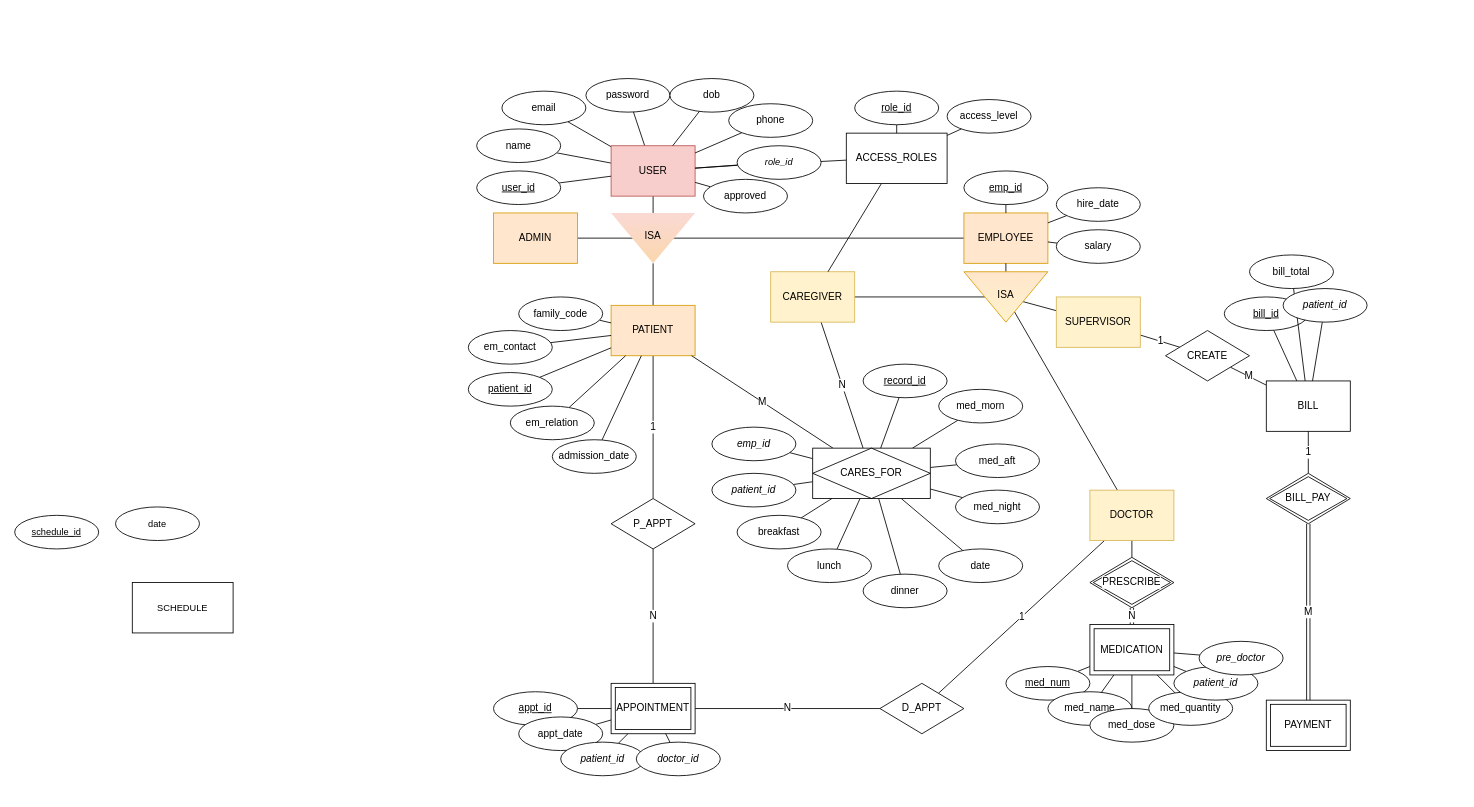
Before: ERD.drawio in emott13/aegis, a draw.io diagram. Source tidied: cells renumbered, new cells numbered last; positions are measured from the earlier drawing's top-left corner, leaving out a move shared by most shapes. Both pictures are drawn from the tidied source at 84%, with x=0, y=0 at pixel (14, 78).
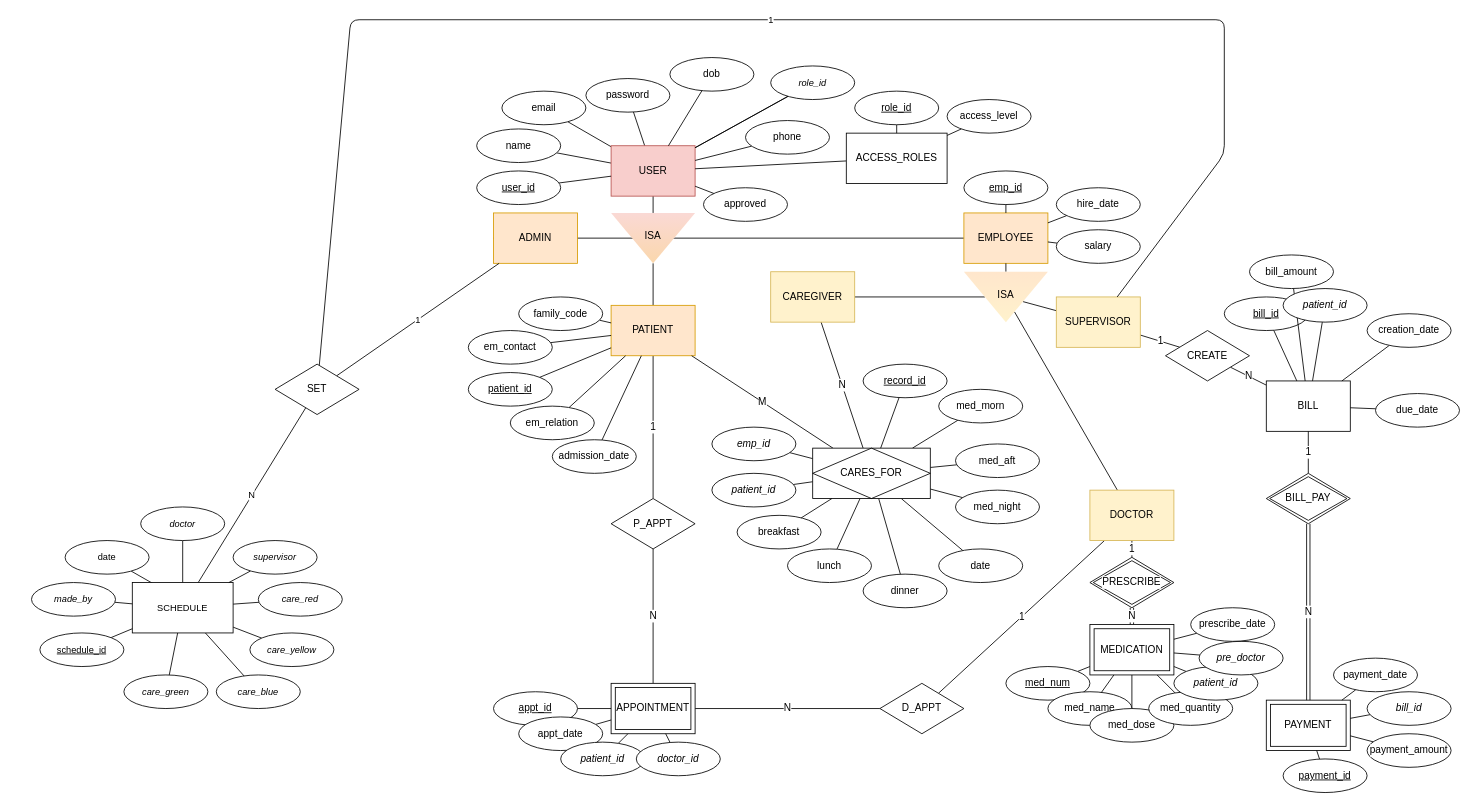
Above is the later version.

Commit message:
+SCHEDULE table/attributes, +SET relationship with ADMIN & SUPERVISOR to SCHEDULE, +PAYMENT attributes

Unchanged cells that the change refers to:
```xml
<mxCell id="7" value="USER" style="whiteSpace=wrap;html=1;align=center;fillColor=#f8cecc;strokeColor=#b85450;" parent="1" vertex="1">
  <mxGeometry x="710" y="80" width="100" height="60" as="geometry" />
</mxCell>
<mxCell id="12" value="ADMIN" style="whiteSpace=wrap;html=1;align=center;fillColor=#ffe6cc;strokeColor=#d79b00;" parent="1" vertex="1">
  <mxGeometry x="570" y="160" width="100" height="60" as="geometry" />
</mxCell>
<mxCell id="21" value="DOCTOR" style="whiteSpace=wrap;html=1;align=center;fillColor=#fff2cc;strokeColor=#d6b656;" parent="1" vertex="1">
  <mxGeometry x="1280" y="490" width="100" height="60" as="geometry" />
</mxCell>
<mxCell id="23" value="CAREGIVER" style="whiteSpace=wrap;html=1;align=center;fillColor=#fff2cc;strokeColor=#d6b656;" parent="1" vertex="1">
  <mxGeometry x="900" y="230" width="100" height="60" as="geometry" />
</mxCell>
<mxCell id="25" value="SUPERVISOR" style="whiteSpace=wrap;html=1;align=center;fillColor=#fff2cc;strokeColor=#d6b656;" parent="1" vertex="1">
  <mxGeometry x="1240" y="260" width="100" height="60" as="geometry" />
</mxCell>
<mxCell id="29" value="CREATE" style="shape=rhombus;perimeter=rhombusPerimeter;whiteSpace=wrap;html=1;align=center;strokeColor=default;verticalAlign=middle;fontFamily=Helvetica;fontSize=12;fontColor=default;fillColor=default;" parent="1" vertex="1">
  <mxGeometry x="1370" y="300" width="100" height="60" as="geometry" />
</mxCell>
<mxCell id="32" value="BILL" style="whiteSpace=wrap;html=1;align=center;" parent="1" vertex="1">
  <mxGeometry x="1490" y="360" width="100" height="60" as="geometry" />
</mxCell>
<mxCell id="33" value="PAYMENT" style="shape=ext;margin=3;double=1;whiteSpace=wrap;html=1;align=center;strokeColor=default;verticalAlign=middle;fontFamily=Helvetica;fontSize=12;fontColor=default;labelBackgroundColor=default;fillColor=default;" parent="1" vertex="1">
  <mxGeometry x="1490" y="740" width="100" height="60" as="geometry" />
</mxCell>
<mxCell id="38" value="PRESCRIBE" style="shape=rhombus;double=1;perimeter=rhombusPerimeter;whiteSpace=wrap;html=1;align=center;strokeColor=default;verticalAlign=middle;fontFamily=Helvetica;fontSize=12;fontColor=default;labelBackgroundColor=default;fillColor=default;" parent="1" vertex="1">
  <mxGeometry x="1280" y="570" width="100" height="60" as="geometry" />
</mxCell>
<mxCell id="43" value="MEDICATION" style="shape=ext;margin=3;double=1;whiteSpace=wrap;html=1;align=center;strokeColor=default;verticalAlign=middle;fontFamily=Helvetica;fontSize=12;fontColor=default;labelBackgroundColor=default;fillColor=default;" parent="1" vertex="1">
  <mxGeometry x="1280" y="650" width="100" height="60" as="geometry" />
</mxCell>
<mxCell id="46" value="BILL_PAY" style="shape=rhombus;double=1;perimeter=rhombusPerimeter;whiteSpace=wrap;html=1;align=center;strokeColor=default;verticalAlign=middle;fontFamily=Helvetica;fontSize=12;fontColor=default;labelBackgroundColor=default;fillColor=default;" parent="1" vertex="1">
  <mxGeometry x="1490" y="470" width="100" height="60" as="geometry" />
</mxCell>
<mxCell id="109" value="ACCESS_ROLES" style="rounded=0;whiteSpace=wrap;html=1;" parent="1" vertex="1">
  <mxGeometry x="990" y="65" width="120" height="60" as="geometry" />
</mxCell>
<mxCell id="111" value="date" style="ellipse;whiteSpace=wrap;html=1;align=center;" parent="1" vertex="1">
  <mxGeometry x="1100" y="560" width="100" height="40" as="geometry" />
</mxCell>
<mxCell id="118" value="SCHEDULE" style="whiteSpace=wrap;html=1;align=center;fontFamily=Helvetica;fontSize=11;fontColor=default;labelBackgroundColor=default;" parent="1" vertex="1">
  <mxGeometry x="140" y="600" width="120" height="60" as="geometry" />
</mxCell>
```

What changed in the source:
```diff
@@
+    <mxCell id="131" style="edgeStyle=none;shape=connector;rounded=1;html=1;strokeColor=default;align=center;verticalAlign=middle;fontFamily=Helvetica;fontSize=11;fontColor=default;labelBackgroundColor=default;endArrow=none;endFill=0;" parent="1" edge="1" target="124">
+      <mxGeometry relative="1" as="geometry">
+        <mxPoint x="180" y="610" as="sourcePoint" />
+      </mxGeometry>
+    </mxCell>
@@
-    <mxCell id="6" style="edgeStyle=none;shape=connector;rounded=1;html=1;strokeColor=default;align=center;verticalAlign=middle;fontFamily=Helvetica;fontSize=11;fontColor=default;labelBackgroundColor=default;endArrow=none;endFill=0;" parent="1" edge="1" source="130" target="109">
-      <mxGeometry relative="1" as="geometry" />
-    </mxCell>
@@
-    <mxCell id="18" value="ISA" style="triangle;whiteSpace=wrap;direction=south;verticalAlign=middle;labelPosition=center;verticalLabelPosition=middle;align=center;html=1;spacing=2;spacingBottom=4;fillColor=#ffe6cc;gradientDirection=east;strokeColor=#d79b00;gradientColor=#FFF2CC;" parent="1" vertex="1">
+    <mxCell id="18" value="ISA" style="triangle;whiteSpace=wrap;direction=south;verticalAlign=middle;labelPosition=center;verticalLabelPosition=middle;align=center;html=1;spacing=2;spacingBottom=4;fillColor=#ffe6cc;gradientDirection=east;strokeColor=none;gradientColor=#FFF2CC;" parent="1" vertex="1">
       <mxGeometry x="1130" y="230" width="100" height="60" as="geometry" />
     </mxCell>
@@
-    <mxCell id="20" style="edgeStyle=none;shape=connector;rounded=0;jettySize=auto;html=1;strokeColor=default;align=center;verticalAlign=middle;fontFamily=Helvetica;fontSize=12;fontColor=default;labelBackgroundColor=default;endArrow=none;endFill=0;" parent="1" edge="1" source="21" target="38">
+    <mxCell id="20" value="1" style="edgeStyle=none;shape=connector;rounded=0;jettySize=auto;html=1;strokeColor=default;align=center;verticalAlign=middle;fontFamily=Helvetica;fontSize=12;fontColor=default;labelBackgroundColor=default;endArrow=none;endFill=0;" parent="1" edge="1" source="21" target="38">
       <mxGeometry relative="1" as="geometry" />
     </mxCell>
@@
-    <mxCell id="28" value="M" style="edgeStyle=none;shape=connector;rounded=0;jettySize=auto;html=1;strokeColor=default;align=center;verticalAlign=middle;fontFamily=Helvetica;fontSize=12;fontColor=default;labelBackgroundColor=default;endArrow=none;endFill=0;" parent="1" edge="1" source="29" target="32">
+    <mxCell id="28" value="N" style="edgeStyle=none;shape=connector;rounded=0;jettySize=auto;html=1;strokeColor=default;align=center;verticalAlign=middle;fontFamily=Helvetica;fontSize=12;fontColor=default;labelBackgroundColor=default;endArrow=none;endFill=0;" parent="1" edge="1" source="29" target="32">
       <mxGeometry relative="1" as="geometry" />
     </mxCell>
@@
-    <mxCell id="45" value="M" style="edgeStyle=none;shape=link;rounded=0;jettySize=auto;html=1;strokeColor=default;align=center;verticalAlign=middle;fontFamily=Helvetica;fontSize=12;fontColor=default;labelBackgroundColor=default;endArrow=none;endFill=0;" parent="1" edge="1" source="46" target="33">
+    <mxCell id="45" value="N" style="edgeStyle=none;shape=link;rounded=0;jettySize=auto;html=1;strokeColor=default;align=center;verticalAlign=middle;fontFamily=Helvetica;fontSize=12;fontColor=default;labelBackgroundColor=default;endArrow=none;endFill=0;" parent="1" edge="1" source="46" target="33">
       <mxGeometry relative="1" as="geometry" />
     </mxCell>
@@
     <mxCell id="67" value="dob" style="ellipse;whiteSpace=wrap;html=1;align=center;strokeColor=default;verticalAlign=middle;fontFamily=Helvetica;fontSize=12;fontColor=default;labelBackgroundColor=default;fillColor=default;" parent="1" vertex="1">
-      <mxGeometry x="780" width="100" height="40" as="geometry" />
+      <mxGeometry x="780" y="-25" width="100" height="40" as="geometry" />
     </mxCell>
@@
-    <mxCell id="91" value="bill_total" style="ellipse;whiteSpace=wrap;html=1;align=center;strokeColor=default;verticalAlign=middle;fontFamily=Helvetica;fontSize=12;fontColor=default;labelBackgroundColor=default;fillColor=default;" parent="1" vertex="1">
+    <mxCell id="91" value="bill_amount" style="ellipse;whiteSpace=wrap;html=1;align=center;strokeColor=default;verticalAlign=middle;fontFamily=Helvetica;fontSize=12;fontColor=default;labelBackgroundColor=default;fillColor=default;" parent="1" vertex="1">
       <mxGeometry x="1470" y="210" width="100" height="40" as="geometry" />
     </mxCell>
@@
-    <mxCell id="108" style="edgeStyle=none;shape=connector;rounded=1;html=1;strokeColor=default;align=center;verticalAlign=middle;fontFamily=Helvetica;fontSize=11;fontColor=default;labelBackgroundColor=default;endArrow=none;endFill=0;" parent="1" edge="1" source="109" target="23">
-      <mxGeometry relative="1" as="geometry" />
-    </mxCell>
+    <mxCell id="132" style="edgeStyle=none;html=1;endArrow=none;endFill=0;" parent="1" edge="1" source="109" target="7">
+      <mxGeometry relative="1" as="geometry" />
+    </mxCell>
@@
-    <mxCell id="117" style="edgeStyle=none;shape=connector;rounded=0;orthogonalLoop=1;jettySize=auto;html=1;exitX=0;exitY=0.5;exitDx=0;exitDy=0;strokeColor=default;align=center;verticalAlign=middle;fontFamily=Helvetica;fontSize=11;fontColor=default;labelBackgroundColor=default;endArrow=none;endFill=0;" parent="1" edge="1" source="111" target="111">
-      <mxGeometry relative="1" as="geometry" />
-    </mxCell>
+    <mxCell id="133" style="edgeStyle=none;shape=connector;rounded=1;html=1;strokeColor=default;align=center;verticalAlign=middle;fontFamily=Helvetica;fontSize=11;fontColor=default;labelBackgroundColor=default;endArrow=none;endFill=0;" parent="1" edge="1" source="118" target="143">
+      <mxGeometry relative="1" as="geometry" />
+    </mxCell>
+    <mxCell id="134" style="edgeStyle=none;shape=connector;rounded=1;html=1;strokeColor=default;align=center;verticalAlign=middle;fontFamily=Helvetica;fontSize=11;fontColor=default;labelBackgroundColor=default;endArrow=none;endFill=0;" parent="1" edge="1" source="118" target="146">
+      <mxGeometry relative="1" as="geometry" />
+    </mxCell>
+    <mxCell id="135" style="edgeStyle=none;shape=connector;rounded=1;html=1;strokeColor=default;align=center;verticalAlign=middle;fontFamily=Helvetica;fontSize=11;fontColor=default;labelBackgroundColor=default;endArrow=none;endFill=0;" parent="1" edge="1" source="118" target="145">
+      <mxGeometry relative="1" as="geometry" />
+    </mxCell>
+    <mxCell id="136" style="edgeStyle=none;shape=connector;rounded=1;html=1;strokeColor=default;align=center;verticalAlign=middle;fontFamily=Helvetica;fontSize=11;fontColor=default;labelBackgroundColor=default;endArrow=none;endFill=0;" parent="1" edge="1" source="118" target="144">
+      <mxGeometry relative="1" as="geometry" />
+    </mxCell>
+    <mxCell id="137" style="edgeStyle=none;shape=connector;rounded=1;html=1;strokeColor=default;align=center;verticalAlign=middle;fontFamily=Helvetica;fontSize=11;fontColor=default;labelBackgroundColor=default;endArrow=none;endFill=0;" parent="1" edge="1" source="118" target="142">
+      <mxGeometry relative="1" as="geometry" />
+    </mxCell>
+    <mxCell id="138" value="N" style="edgeStyle=none;shape=connector;rounded=1;html=1;strokeColor=default;align=center;verticalAlign=middle;fontFamily=Helvetica;fontSize=11;fontColor=default;labelBackgroundColor=default;endArrow=none;endFill=0;" parent="1" edge="1" source="118" target="149">
+      <mxGeometry relative="1" as="geometry" />
+    </mxCell>
@@
+    <mxCell id="139" style="edgeStyle=none;html=1;endArrow=none;endFill=0;" parent="1" edge="1" source="123" target="118">
+      <mxGeometry relative="1" as="geometry" />
+    </mxCell>
     <mxCell id="123" value="schedule_id" style="ellipse;whiteSpace=wrap;html=1;align=center;fontFamily=Helvetica;fontSize=11;fontColor=default;labelBackgroundColor=default;fontStyle=4;" parent="1" vertex="1">
-      <mxGeometry y="520" width="100" height="40" as="geometry" />
+      <mxGeometry x="30" y="660" width="100" height="40" as="geometry" />
     </mxCell>
     <mxCell id="124" value="date" style="ellipse;whiteSpace=wrap;html=1;align=center;fontFamily=Helvetica;fontSize=11;fontColor=default;labelBackgroundColor=default;" parent="1" vertex="1">
-      <mxGeometry x="120" y="510" width="100" height="40" as="geometry" />
+      <mxGeometry x="60" y="550" width="100" height="40" as="geometry" />
     </mxCell>
@@
     <mxCell id="126" value="phone" style="ellipse;whiteSpace=wrap;html=1;align=center;strokeColor=default;verticalAlign=middle;fontFamily=Helvetica;fontSize=12;fontColor=default;labelBackgroundColor=default;fillColor=default;" parent="1" vertex="1">
-      <mxGeometry x="850" y="30" width="100" height="40" as="geometry" />
+      <mxGeometry x="870" y="50" width="100" height="40" as="geometry" />
     </mxCell>
@@
     <mxCell id="128" value="approved" style="ellipse;whiteSpace=wrap;html=1;align=center;strokeColor=default;verticalAlign=middle;fontFamily=Helvetica;fontSize=12;fontColor=default;labelBackgroundColor=default;fillColor=default;" parent="1" vertex="1">
-      <mxGeometry x="820" y="120" width="100" height="40" as="geometry" />
+      <mxGeometry x="820" y="130" width="100" height="40" as="geometry" />
     </mxCell>
@@
     <mxCell id="130" value="&lt;i&gt;role_id&lt;/i&gt;" style="ellipse;whiteSpace=wrap;html=1;align=center;fontFamily=Helvetica;fontSize=11;fontColor=default;labelBackgroundColor=default;" parent="1" vertex="1">
-      <mxGeometry x="860" y="80" width="100" height="40" as="geometry" />
+      <mxGeometry x="900" y="-15" width="100" height="40" as="geometry" />
     </mxCell>
+    <mxCell id="140" style="edgeStyle=none;shape=connector;rounded=1;html=1;strokeColor=default;align=center;verticalAlign=middle;fontFamily=Helvetica;fontSize=11;fontColor=default;labelBackgroundColor=default;endArrow=none;endFill=0;" parent="1" edge="1" source="141" target="118">
+      <mxGeometry relative="1" as="geometry" />
+    </mxCell>
+    <mxCell id="141" value="supervisor" style="ellipse;whiteSpace=wrap;html=1;align=center;fontFamily=Helvetica;fontSize=11;fontColor=default;labelBackgroundColor=default;fontStyle=2;" parent="1" vertex="1">
+      <mxGeometry x="260" y="550" width="100" height="40" as="geometry" />
+    </mxCell>
+    <mxCell id="142" value="doctor" style="ellipse;whiteSpace=wrap;html=1;align=center;fontFamily=Helvetica;fontSize=11;fontColor=default;labelBackgroundColor=default;fontStyle=2;" parent="1" vertex="1">
+      <mxGeometry x="150" y="510" width="100" height="40" as="geometry" />
+    </mxCell>
+    <mxCell id="143" value="care_green" style="ellipse;whiteSpace=wrap;html=1;align=center;fontFamily=Helvetica;fontSize=11;fontColor=default;labelBackgroundColor=default;fontStyle=2;" parent="1" vertex="1">
+      <mxGeometry x="130" y="710" width="100" height="40" as="geometry" />
+    </mxCell>
+    <mxCell id="144" value="care_blue" style="ellipse;whiteSpace=wrap;html=1;align=center;fontFamily=Helvetica;fontSize=11;fontColor=default;labelBackgroundColor=default;fontStyle=2;" parent="1" vertex="1">
+      <mxGeometry x="240" y="710" width="100" height="40" as="geometry" />
+    </mxCell>
+    <mxCell id="145" value="care_yellow" style="ellipse;whiteSpace=wrap;html=1;align=center;fontFamily=Helvetica;fontSize=11;fontColor=default;labelBackgroundColor=default;fontStyle=2;" parent="1" vertex="1">
+      <mxGeometry x="280" y="660" width="100" height="40" as="geometry" />
+    </mxCell>
+    <mxCell id="146" value="care_red" style="ellipse;whiteSpace=wrap;html=1;align=center;fontFamily=Helvetica;fontSize=11;fontColor=default;labelBackgroundColor=default;fontStyle=2;" parent="1" vertex="1">
+      <mxGeometry x="290" y="600" width="100" height="40" as="geometry" />
+    </mxCell>
+    <mxCell id="147" value="1" style="edgeStyle=none;shape=connector;rounded=1;html=1;strokeColor=default;align=center;verticalAlign=middle;fontFamily=Helvetica;fontSize=11;fontColor=default;labelBackgroundColor=default;endArrow=none;endFill=0;" parent="1" edge="1" source="149" target="12">
+      <mxGeometry relative="1" as="geometry" />
+    </mxCell>
+    <mxCell id="148" value="1" style="edgeStyle=none;shape=connector;rounded=1;html=1;strokeColor=default;align=center;verticalAlign=middle;fontFamily=Helvetica;fontSize=11;fontColor=default;labelBackgroundColor=default;endArrow=none;endFill=0;" parent="1" edge="1" source="149" target="25">
+      <mxGeometry relative="1" as="geometry">
+        <Array as="points">
+          <mxPoint x="400" y="-70" />
+          <mxPoint x="1440" y="-70" />
+          <mxPoint x="1440" y="90" />
+        </Array>
+      </mxGeometry>
+    </mxCell>
+    <mxCell id="149" value="SET" style="shape=rhombus;perimeter=rhombusPerimeter;whiteSpace=wrap;html=1;align=center;strokeColor=default;verticalAlign=middle;fontFamily=Helvetica;fontSize=12;fontColor=default;fillColor=default;" parent="1" vertex="1">
+      <mxGeometry x="310" y="340" width="100" height="60" as="geometry" />
+    </mxCell>
+    <mxCell id="150" style="edgeStyle=none;shape=connector;rounded=1;html=1;strokeColor=default;align=center;verticalAlign=middle;fontFamily=Helvetica;fontSize=11;fontColor=default;labelBackgroundColor=default;endArrow=none;endFill=0;" parent="1" edge="1" source="151" target="118">
+      <mxGeometry relative="1" as="geometry" />
+    </mxCell>
+    <mxCell id="151" value="made_by" style="ellipse;whiteSpace=wrap;html=1;align=center;fontFamily=Helvetica;fontSize=11;fontColor=default;labelBackgroundColor=default;fontStyle=2;" parent="1" vertex="1">
+      <mxGeometry x="20" y="600" width="100" height="40" as="geometry" />
+    </mxCell>
+    <mxCell id="117" style="edgeStyle=none;shape=connector;rounded=0;orthogonalLoop=1;jettySize=auto;html=1;exitX=0;exitY=0.5;exitDx=0;exitDy=0;strokeColor=default;align=center;verticalAlign=middle;fontFamily=Helvetica;fontSize=11;fontColor=default;labelBackgroundColor=default;endArrow=none;endFill=0;" parent="1" edge="1" source="111" target="111">
+      <mxGeometry relative="1" as="geometry" />
+    </mxCell>
+    <mxCell id="152" style="edgeStyle=none;shape=connector;rounded=1;html=1;strokeColor=default;align=center;verticalAlign=middle;fontFamily=Helvetica;fontSize=11;fontColor=default;labelBackgroundColor=default;endArrow=none;endFill=0;" parent="1" edge="1" source="153" target="33">
+      <mxGeometry relative="1" as="geometry" />
+    </mxCell>
+    <mxCell id="153" value="payment_id" style="ellipse;whiteSpace=wrap;html=1;align=center;strokeColor=default;verticalAlign=middle;fontFamily=Helvetica;fontSize=12;fontColor=default;labelBackgroundColor=default;fillColor=default;fontStyle=4;" parent="1" vertex="1">
+      <mxGeometry x="1510" y="810" width="100" height="40" as="geometry" />
+    </mxCell>
+    <mxCell id="154" style="edgeStyle=none;shape=connector;rounded=1;html=1;strokeColor=default;align=center;verticalAlign=middle;fontFamily=Helvetica;fontSize=11;fontColor=default;labelBackgroundColor=default;endArrow=none;endFill=0;" parent="1" edge="1" source="155" target="33">
+      <mxGeometry relative="1" as="geometry" />
+    </mxCell>
+    <mxCell id="155" value="bill_id" style="ellipse;whiteSpace=wrap;html=1;align=center;strokeColor=default;verticalAlign=middle;fontFamily=Helvetica;fontSize=12;fontColor=default;labelBackgroundColor=default;fillColor=default;fontStyle=2;" parent="1" vertex="1">
+      <mxGeometry x="1610" y="730" width="100" height="40" as="geometry" />
+    </mxCell>
+    <mxCell id="156" style="edgeStyle=none;shape=connector;rounded=1;html=1;strokeColor=default;align=center;verticalAlign=middle;fontFamily=Helvetica;fontSize=11;fontColor=default;labelBackgroundColor=default;endArrow=none;endFill=0;" parent="1" edge="1" source="157" target="33">
+      <mxGeometry relative="1" as="geometry" />
+    </mxCell>
+    <mxCell id="157" value="payment_amount" style="ellipse;whiteSpace=wrap;html=1;align=center;strokeColor=default;verticalAlign=middle;fontFamily=Helvetica;fontSize=12;fontColor=default;labelBackgroundColor=default;fillColor=default;" parent="1" vertex="1">
+      <mxGeometry x="1610" y="780" width="100" height="40" as="geometry" />
+    </mxCell>
+    <mxCell id="158" style="edgeStyle=none;shape=connector;rounded=1;html=1;strokeColor=default;align=center;verticalAlign=middle;fontFamily=Helvetica;fontSize=11;fontColor=default;labelBackgroundColor=default;endArrow=none;endFill=0;" parent="1" edge="1" source="159" target="32">
+      <mxGeometry relative="1" as="geometry" />
+    </mxCell>
+    <mxCell id="159" value="creation_date" style="ellipse;whiteSpace=wrap;html=1;align=center;strokeColor=default;verticalAlign=middle;fontFamily=Helvetica;fontSize=12;fontColor=default;labelBackgroundColor=default;fillColor=default;" parent="1" vertex="1">
+      <mxGeometry x="1610" y="280" width="100" height="40" as="geometry" />
+    </mxCell>
+    <mxCell id="160" style="edgeStyle=none;shape=connector;rounded=1;html=1;strokeColor=default;align=center;verticalAlign=middle;fontFamily=Helvetica;fontSize=11;fontColor=default;labelBackgroundColor=default;endArrow=none;endFill=0;" parent="1" edge="1" source="161" target="32">
+      <mxGeometry relative="1" as="geometry" />
+    </mxCell>
+    <mxCell id="161" value="due_date" style="ellipse;whiteSpace=wrap;html=1;align=center;strokeColor=default;verticalAlign=middle;fontFamily=Helvetica;fontSize=12;fontColor=default;labelBackgroundColor=default;fillColor=default;" parent="1" vertex="1">
+      <mxGeometry x="1620" y="375" width="100" height="40" as="geometry" />
+    </mxCell>
+    <mxCell id="162" style="edgeStyle=none;shape=connector;rounded=1;html=1;strokeColor=default;align=center;verticalAlign=middle;fontFamily=Helvetica;fontSize=11;fontColor=default;labelBackgroundColor=default;endArrow=none;endFill=0;" parent="1" edge="1" source="163" target="33">
+      <mxGeometry relative="1" as="geometry" />
+    </mxCell>
+    <mxCell id="163" value="payment_date" style="ellipse;whiteSpace=wrap;html=1;align=center;strokeColor=default;verticalAlign=middle;fontFamily=Helvetica;fontSize=12;fontColor=default;labelBackgroundColor=default;fillColor=default;fontStyle=0;" parent="1" vertex="1">
+      <mxGeometry x="1570" y="690" width="100" height="40" as="geometry" />
+    </mxCell>
+    <mxCell id="164" style="edgeStyle=none;shape=connector;rounded=1;html=1;strokeColor=default;align=center;verticalAlign=middle;fontFamily=Helvetica;fontSize=11;fontColor=default;labelBackgroundColor=default;endArrow=none;endFill=0;" parent="1" edge="1" source="165" target="43">
+      <mxGeometry relative="1" as="geometry" />
+    </mxCell>
+    <mxCell id="165" value="&lt;span style=&quot;font-style: normal;&quot;&gt;prescribe_date&lt;/span&gt;" style="ellipse;whiteSpace=wrap;html=1;align=center;strokeColor=default;verticalAlign=middle;fontFamily=Helvetica;fontSize=12;fontColor=default;labelBackgroundColor=default;fillColor=default;fontStyle=2;" parent="1" vertex="1">
+      <mxGeometry x="1400" y="630" width="100" height="40" as="geometry" />
+    </mxCell>
```
